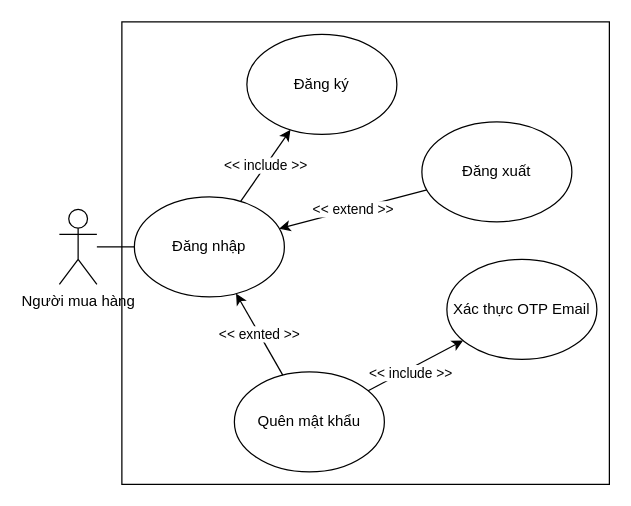
ocopee/docs keeps this draw.io diagram as page "login" (3 of 8) of images/usecase.drawio. Above is the earlier version. Source tidied: cells renumbered, new cells numbered last; positions are measured from the earlier drawing's top-left corner, leaving out a move shared by most shapes. Both pictures are drawn from the tidied source at 125%, with x=0, y=0 at pixel (59, 21).
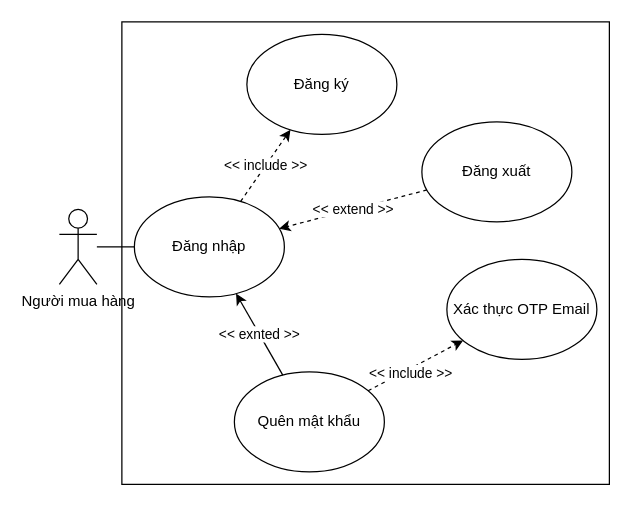
The same page after the edit.

Diff of the diagram source:
```diff
@@
 <mxGraphModel>
   <root>
     <mxCell id="0" />
     <mxCell id="1" parent="0" />
     <mxCell id="2" style="html=1;" parent="1" vertex="1">
       <mxGeometry x="50" width="390" height="370" as="geometry" />
     </mxCell>
     <mxCell id="3" value="Đăng ký" style="ellipse;whiteSpace=wrap;html=1;" parent="1" vertex="1">
       <mxGeometry x="150" y="10" width="120" height="80" as="geometry" />
     </mxCell>
     <mxCell id="4" value="Đăng xuất" style="ellipse;whiteSpace=wrap;html=1;" parent="1" vertex="1">
       <mxGeometry x="290" y="80" width="120" height="80" as="geometry" />
     </mxCell>
     <mxCell id="5" value="Quên mật khẩu" style="ellipse;whiteSpace=wrap;html=1;" parent="1" vertex="1">
       <mxGeometry x="140" y="280" width="120" height="80" as="geometry" />
     </mxCell>
-    <mxCell id="6" value="&amp;lt;&amp;lt; extend &amp;gt;&amp;gt;" style="endArrow=classic;html=1;rounded=0;" parent="1" edge="1" source="4" target="12">
+    <mxCell id="6" value="&amp;lt;&amp;lt; extend &amp;gt;&amp;gt;" style="endArrow=classic;html=1;rounded=0;dashed=1;" parent="1" edge="1" source="4" target="12">
       <mxGeometry relative="1" as="geometry" />
     </mxCell>
-    <mxCell id="7" style="rounded=0;jettySize=auto;html=1;" parent="1" edge="1" source="5" target="9">
+    <mxCell id="7" style="rounded=0;jettySize=auto;html=1;dashed=1;" parent="1" edge="1" source="5" target="9">
       <mxGeometry relative="1" as="geometry" />
     </mxCell>
     <mxCell id="8" value="&amp;lt;&amp;lt; include &amp;gt;&amp;gt;" style="edgeLabel;html=1;align=center;verticalAlign=middle;" parent="7" vertex="1">
       <mxGeometry x="0.22" y="4" relative="1" as="geometry">
         <mxPoint x="-11" y="13" as="offset" />
       </mxGeometry>
     </mxCell>
     <mxCell id="9" value="Xác thực OTP Email" style="ellipse;whiteSpace=wrap;html=1;" parent="1" vertex="1">
       <mxGeometry x="310" y="190" width="120" height="80" as="geometry" />
     </mxCell>
     <mxCell id="10" style="edgeStyle=orthogonalEdgeStyle;rounded=0;jettySize=auto;html=1;endArrow=none;endFill=0;" parent="1" edge="1" source="11" target="12">
       <mxGeometry relative="1" as="geometry" />
     </mxCell>
     <mxCell id="11" value="Người mua hàng" style="shape=umlActor;verticalLabelPosition=bottom;verticalAlign=top;html=1;outlineConnect=0;" parent="1" vertex="1">
       <mxGeometry y="150" width="30" height="60" as="geometry" />
     </mxCell>
     <mxCell id="12" value="Đăng nhập" style="ellipse;whiteSpace=wrap;html=1;" parent="1" vertex="1">
       <mxGeometry x="60" y="140" width="120" height="80" as="geometry" />
     </mxCell>
-    <mxCell id="13" value="&amp;lt;&amp;lt; include &amp;gt;&amp;gt;" style="endArrow=classic;html=1;rounded=0;" parent="1" edge="1" source="12" target="3">
+    <mxCell id="13" value="&amp;lt;&amp;lt; include &amp;gt;&amp;gt;" style="endArrow=classic;html=1;rounded=0;dashed=1;" parent="1" edge="1" source="12" target="3">
       <mxGeometry relative="1" as="geometry" />
     </mxCell>
     <mxCell id="14" value="&amp;lt;&amp;lt; exnted &amp;gt;&amp;gt;" style="endArrow=classic;html=1;rounded=0;" parent="1" edge="1" source="5" target="12">
       <mxGeometry relative="1" as="geometry" />
     </mxCell>
   </root>
 </mxGraphModel>
```
